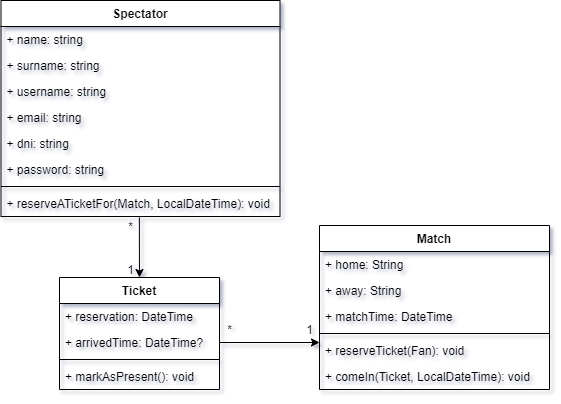
Before: imagenes/diagrama-de-objetos/diagrama-de-objetos-version-01.png, a diagram exported from draw.io (FeNixCrew/MiEntradita-doc). Source tidied: cells renumbered, new cells last; positions are measured from the earlier drawing's top-left corner, leaving out a move shared by most shapes.
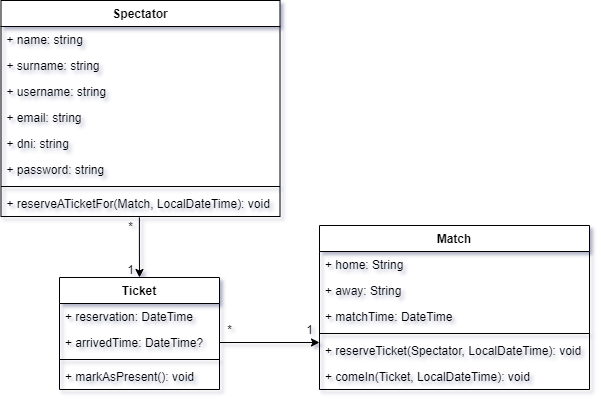
The same file after the commit.

Commit message:
:memo: corrijo informacion del diagrama de objetos

What changed in the source:
```diff
@@ -39,25 +39,25 @@
       <mxGeometry y="190" width="279" height="26" as="geometry" />
     </mxCell>
     <mxCell id="14" value="Match" style="swimlane;fontStyle=1;align=center;verticalAlign=top;horizontal=1;startSize=26;" parent="1" vertex="1">
-      <mxGeometry x="318" y="225" width="230" height="164" as="geometry" />
+      <mxGeometry x="318" y="225" width="270" height="164" as="geometry" />
     </mxCell>
     <mxCell id="15" value="+ home: String&#10;" style="text;strokeColor=none;fillColor=none;align=left;verticalAlign=top;spacingLeft=4;spacingRight=4;overflow=hidden;" parent="14" vertex="1">
-      <mxGeometry y="26" width="230" height="26" as="geometry" />
+      <mxGeometry y="26" width="270" height="26" as="geometry" />
     </mxCell>
     <mxCell id="16" value="+ away: String" style="text;strokeColor=none;fillColor=none;align=left;verticalAlign=top;spacingLeft=4;spacingRight=4;overflow=hidden;" parent="14" vertex="1">
-      <mxGeometry y="52" width="230" height="26" as="geometry" />
+      <mxGeometry y="52" width="270" height="26" as="geometry" />
     </mxCell>
     <mxCell id="17" value="+ matchTime: DateTime&#10;" style="text;strokeColor=none;fillColor=none;align=left;verticalAlign=top;spacingLeft=4;spacingRight=4;overflow=hidden;" parent="14" vertex="1">
-      <mxGeometry y="78" width="230" height="26" as="geometry" />
+      <mxGeometry y="78" width="270" height="26" as="geometry" />
     </mxCell>
     <mxCell id="18" style="line;strokeWidth=1;fillColor=none;align=left;verticalAlign=middle;spacingTop=-1;spacingLeft=3;spacingRight=3;labelPosition=right;" parent="14" vertex="1">
-      <mxGeometry y="104" width="230" height="8" as="geometry" />
+      <mxGeometry y="104" width="270" height="8" as="geometry" />
     </mxCell>
-    <mxCell id="19" value="+ reserveTicket(Fan): void" style="text;strokeColor=none;fillColor=none;align=left;verticalAlign=top;spacingLeft=4;spacingRight=4;overflow=hidden;" parent="14" vertex="1">
-      <mxGeometry y="112" width="230" height="26" as="geometry" />
+    <mxCell id="19" value="+ reserveTicket(Spectator, LocalDateTime): void" style="text;strokeColor=none;fillColor=none;align=left;verticalAlign=top;spacingLeft=4;spacingRight=4;overflow=hidden;" parent="14" vertex="1">
+      <mxGeometry y="112" width="270" height="26" as="geometry" />
     </mxCell>
     <mxCell id="20" value="+ comeIn(Ticket, LocalDateTime): void" style="text;strokeColor=none;fillColor=none;align=left;verticalAlign=top;spacingLeft=4;spacingRight=4;overflow=hidden;" parent="14" vertex="1">
-      <mxGeometry y="138" width="230" height="26" as="geometry" />
+      <mxGeometry y="138" width="270" height="26" as="geometry" />
     </mxCell>
     <mxCell id="21" value="Ticket" style="swimlane;fontStyle=1;align=center;verticalAlign=top;horizontal=1;startSize=26;" parent="1" vertex="1">
       <mxGeometry x="58" y="277" width="160" height="112" as="geometry" />
```
